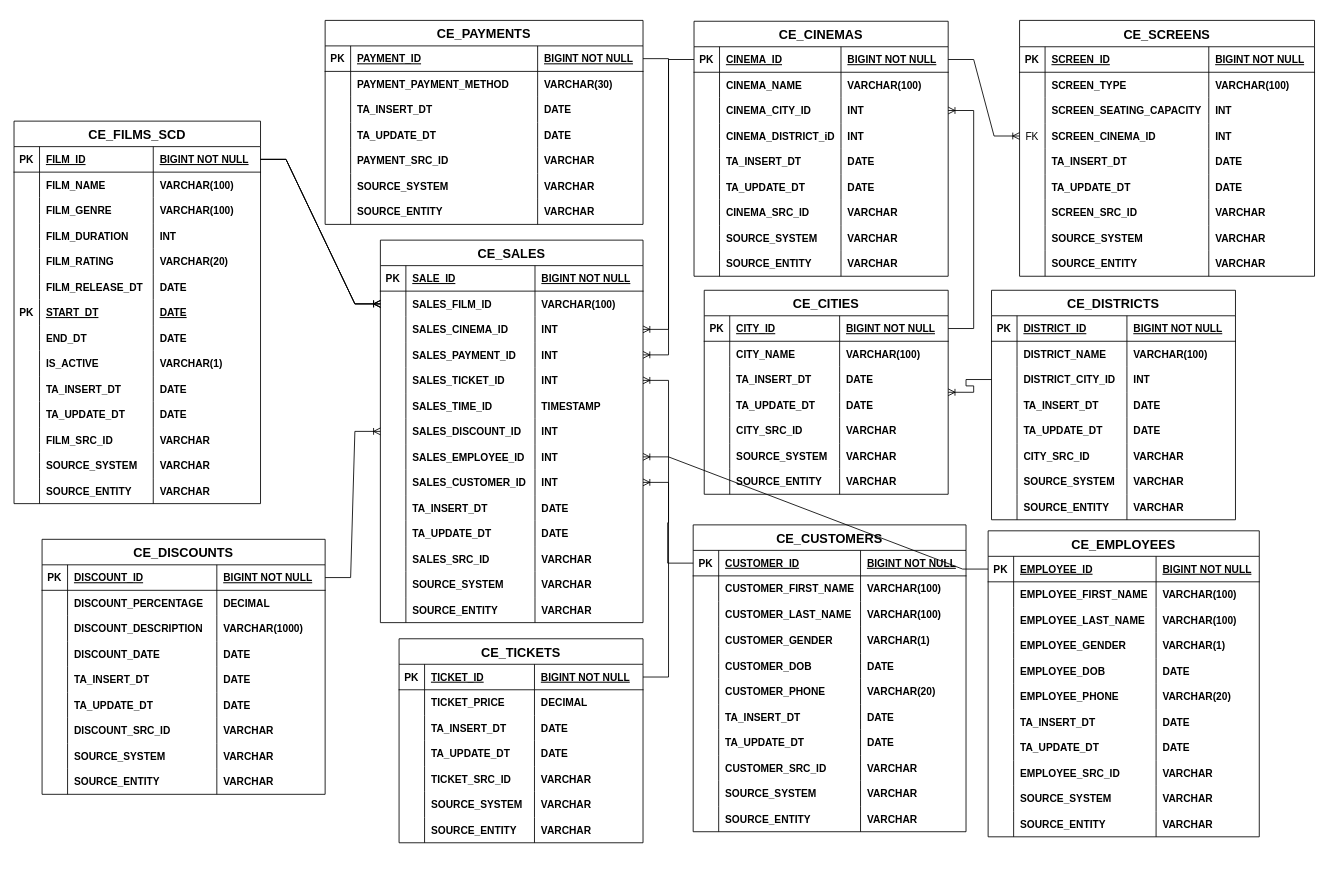
Above: ticket_sales_3NF.drawio in GiorgiEz/DB-modeling (draw.io), before the change. Source tidied: cells renumbered, new cells numbered last; positions are measured from the earlier drawing's top-left corner, leaving out a move shared by most shapes. Both pictures are drawn from the tidied source at 85%, with x=0, y=0 at pixel (14, 20).
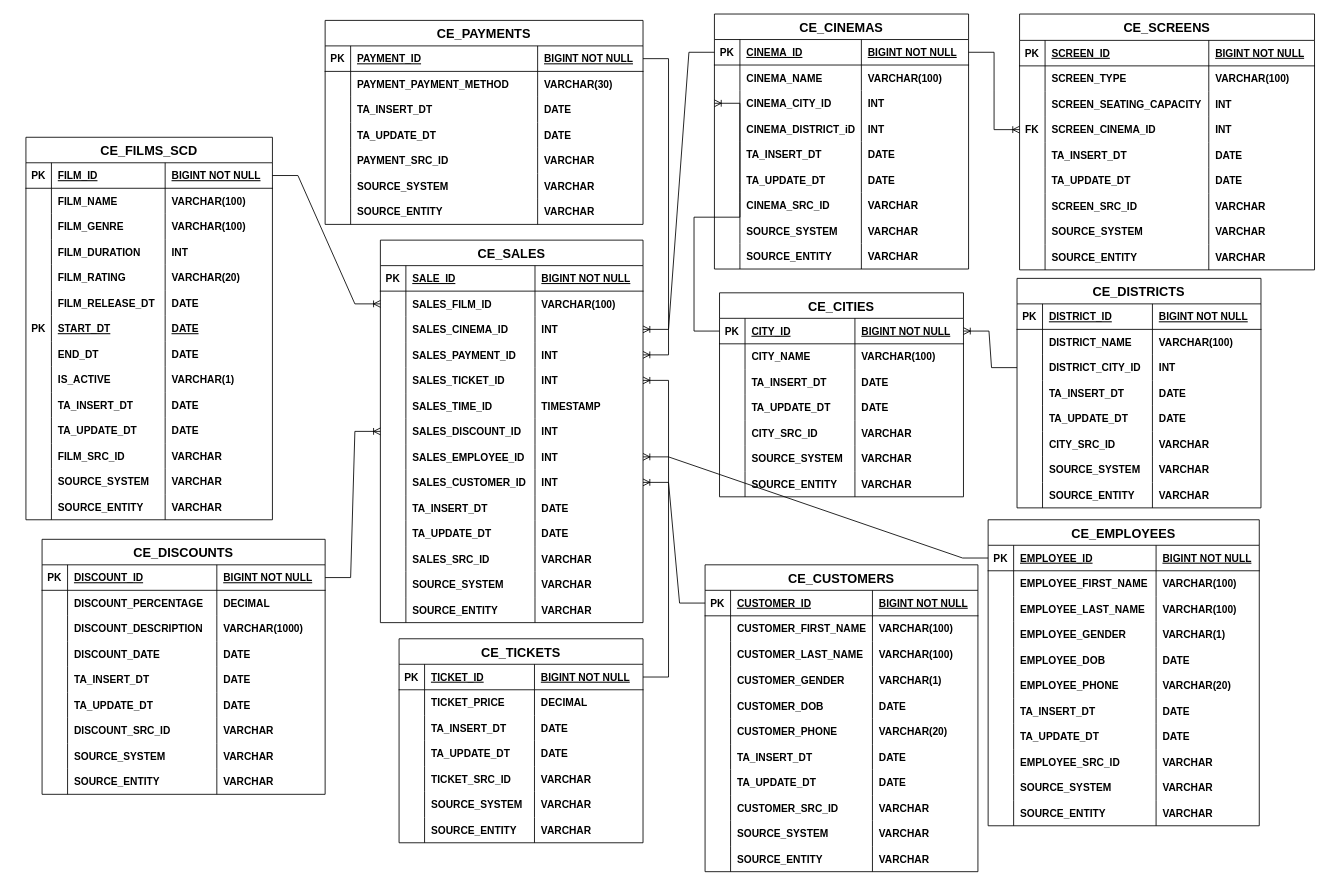
The same diagram, later.

The change refers to these unchanged cells:
```xml
<mxCell id="3" style="shape=partialRectangle;fillColor=none;points=[[0,0.5],[1,0.5]];portConstraint=eastwest;top=0;left=0;right=0;bottom=1;" parent="2" vertex="1">
  <mxGeometry y="30" width="290" height="30" as="geometry" />
</mxCell>
<mxCell id="68" style="shape=partialRectangle;fillColor=none;points=[[0,0.5],[1,0.5]];portConstraint=eastwest;top=0;left=0;right=0;bottom=0;" parent="59" vertex="1">
  <mxGeometry y="90" width="299" height="30" as="geometry" />
</mxCell>
<mxCell id="109" style="shape=partialRectangle;fillColor=none;points=[[0,0.5],[1,0.5]];portConstraint=eastwest;top=0;left=0;right=0;bottom=0;" parent="96" vertex="1">
  <mxGeometry y="121" width="347" height="30" as="geometry" />
</mxCell>
<mxCell id="323" style="shape=partialRectangle;fillColor=none;points=[[0,0.5],[1,0.5]];portConstraint=eastwest;top=0;left=0;right=0;bottom=0;" parent="318" vertex="1">
  <mxGeometry y="60" width="309" height="30" as="geometry" />
</mxCell>
<mxCell id="386" style="shape=partialRectangle;fillColor=none;points=[[0,0.5],[1,0.5]];portConstraint=eastwest;top=0;left=0;right=0;bottom=1;" parent="385" vertex="1">
  <mxGeometry y="30" width="287" height="30" as="geometry" />
</mxCell>
<mxCell id="424" style="shape=partialRectangle;fillColor=none;points=[[0,0.5],[1,0.5]];portConstraint=eastwest;top=0;left=0;right=0;bottom=0;" parent="415" vertex="1">
  <mxGeometry y="90" width="287" height="30" as="geometry" />
</mxCell>
```

The edit, as a diff of the source:
```diff
@@
     <mxCell id="2" value="CE_FILMS_SCD" style="shape=table;startSize=30;childLayout=tableLayout;rowLines=0;fontStyle=1;align=center;fontSize=15;" parent="1" vertex="1">
-      <mxGeometry y="118" width="290" height="450" as="geometry" />
+      <mxGeometry x="14" y="137" width="290" height="450" as="geometry" />
     </mxCell>
@@
     <mxCell id="59" value="CE_CINEMAS" style="shape=table;startSize=30;childLayout=tableLayout;rowLines=0;fontStyle=1;align=center;fontSize=15;" parent="1" vertex="1">
-      <mxGeometry x="800" y="0.5" width="299" height="300" as="geometry" />
+      <mxGeometry x="824" y="-8" width="299" height="300" as="geometry" />
     </mxCell>
@@
     <mxCell id="96" value="CE_SCREENS" style="shape=table;startSize=31;childLayout=tableLayout;rowLines=0;fontStyle=1;align=center;fontSize=15;" parent="1" vertex="1">
-      <mxGeometry x="1183" y="-0.5" width="347" height="301" as="geometry" />
+      <mxGeometry x="1183" y="-8" width="347" height="301" as="geometry" />
     </mxCell>
@@
-    <mxCell id="110" value="FK" style="shape=partialRectangle;overflow=hidden;fillColor=none;top=0;left=0;bottom=0;right=0;" parent="109" vertex="1">
+    <mxCell id="110" value="FK" style="shape=partialRectangle;overflow=hidden;fillColor=none;top=0;left=0;bottom=0;right=0;fontStyle=1;" parent="109" vertex="1">
       <mxGeometry width="30" height="30" as="geometry" />
     </mxCell>
@@
     <mxCell id="228" value="CE_EMPLOYEES" style="shape=table;startSize=30;childLayout=tableLayout;rowLines=0;fontStyle=1;align=center;fontSize=15;" parent="1" vertex="1">
-      <mxGeometry x="1146" y="600" width="319" height="360" as="geometry" />
+      <mxGeometry x="1146" y="587" width="319" height="360" as="geometry" />
     </mxCell>
@@
     <mxCell id="273" value="CE_CUSTOMERS" style="shape=table;startSize=30;childLayout=tableLayout;rowLines=0;fontStyle=1;align=center;fontSize=15;" parent="1" vertex="1">
-      <mxGeometry x="799" y="593" width="321" height="361" as="geometry" />
+      <mxGeometry x="813" y="640" width="321" height="361" as="geometry" />
     </mxCell>
@@
-    <mxCell id="375" style="edgeStyle=entityRelationEdgeStyle;fontSize=12;html=1;endArrow=ERoneToMany;rounded=0;entryX=0;entryY=0.5;entryDx=0;entryDy=0;exitX=1;exitY=0.5;exitDx=0;exitDy=0;" parent="1" edge="1" source="3" target="323">
+    <mxCell id="375" style="edgeStyle=entityRelationEdgeStyle;fontSize=12;html=1;endArrow=ERoneToMany;rounded=0;exitX=1;exitY=0.5;exitDx=0;exitDy=0;entryX=0;entryY=0.5;entryDx=0;entryDy=0;" parent="1" edge="1" source="3" target="323">
       <mxGeometry relative="1" as="geometry">
         <Array as="points">
           <mxPoint x="232" y="434" />
         </Array>
       </mxGeometry>
     </mxCell>
-    <mxCell id="376" style="edgeStyle=entityRelationEdgeStyle;fontSize=12;html=1;endArrow=ERoneToMany;rounded=0;entryX=0;entryY=0.5;entryDx=0;entryDy=0;exitX=1;exitY=0.5;exitDx=0;exitDy=0;" parent="1" edge="1" source="3" target="323">
-      <mxGeometry relative="1" as="geometry">
-        <Array as="points">
-          <mxPoint x="232" y="434" />
-          <mxPoint x="210" y="439" />
-        </Array>
-      </mxGeometry>
-    </mxCell>
-    <mxCell id="377" style="edgeStyle=entityRelationEdgeStyle;fontSize=12;html=1;endArrow=ERoneToMany;rounded=0;entryX=0;entryY=0.5;entryDx=0;entryDy=0;exitX=1;exitY=0.5;exitDx=0;exitDy=0;" parent="1" edge="1" source="3" target="323">
-      <mxGeometry relative="1" as="geometry">
-        <Array as="points">
-          <mxPoint x="232" y="434" />
-          <mxPoint x="296" y="465" />
-          <mxPoint x="296" y="469" />
-          <mxPoint x="211" y="442" />
-          <mxPoint x="210" y="439" />
-        </Array>
-      </mxGeometry>
-    </mxCell>
@@
     <mxCell id="385" value="CE_CITIES" style="shape=table;startSize=30;childLayout=tableLayout;rowLines=0;fontStyle=1;align=center;fontSize=15;" parent="1" vertex="1">
-      <mxGeometry x="812" y="317" width="287" height="240" as="geometry" />
+      <mxGeometry x="830" y="320" width="287" height="240" as="geometry" />
     </mxCell>
@@
-    <mxCell id="414" style="edgeStyle=entityRelationEdgeStyle;fontSize=12;html=1;endArrow=ERoneToMany;rounded=0;entryX=1;entryY=0.5;entryDx=0;entryDy=0;exitX=1;exitY=0.5;exitDx=0;exitDy=0;" parent="1" edge="1" source="386" target="68">
+    <mxCell id="414" style="edgeStyle=entityRelationEdgeStyle;fontSize=12;html=1;endArrow=ERoneToMany;rounded=0;entryX=0;entryY=0.5;entryDx=0;entryDy=0;exitX=0;exitY=0.5;exitDx=0;exitDy=0;" parent="1" edge="1" source="386" target="68">
       <mxGeometry relative="1" as="geometry">
         <Array as="points">
           <mxPoint x="242" y="444" />
+          <mxPoint x="815" y="228" />
           <mxPoint x="306" y="475" />
           <mxPoint x="1127" y="211" />
           <mxPoint x="306" y="479" />
           <mxPoint x="1107" y="168" />
           <mxPoint x="221" y="452" />
           <mxPoint x="220" y="449" />
         </Array>
       </mxGeometry>
     </mxCell>
     <mxCell id="415" value="CE_DISTRICTS" style="shape=table;startSize=30;childLayout=tableLayout;rowLines=0;fontStyle=1;align=center;fontSize=15;" parent="1" vertex="1">
-      <mxGeometry x="1150" y="317" width="287" height="270" as="geometry" />
+      <mxGeometry x="1180" y="303" width="287" height="270" as="geometry" />
     </mxCell>
@@
-    <mxCell id="448" style="edgeStyle=entityRelationEdgeStyle;fontSize=12;html=1;endArrow=ERoneToMany;rounded=0;exitX=0;exitY=0.5;exitDx=0;exitDy=0;" parent="1" edge="1" source="424" target="385">
+    <mxCell id="448" style="edgeStyle=entityRelationEdgeStyle;fontSize=12;html=1;endArrow=ERoneToMany;rounded=0;exitX=0;exitY=0.5;exitDx=0;exitDy=0;entryX=1;entryY=0.5;entryDx=0;entryDy=0;" parent="1" edge="1" source="424" target="386">
       <mxGeometry relative="1" as="geometry">
         <Array as="points">
           <mxPoint x="242" y="444" />
           <mxPoint x="306" y="475" />
           <mxPoint x="306" y="479" />
           <mxPoint x="221" y="452" />
           <mxPoint x="220" y="449" />
         </Array>
       </mxGeometry>
     </mxCell>
```
